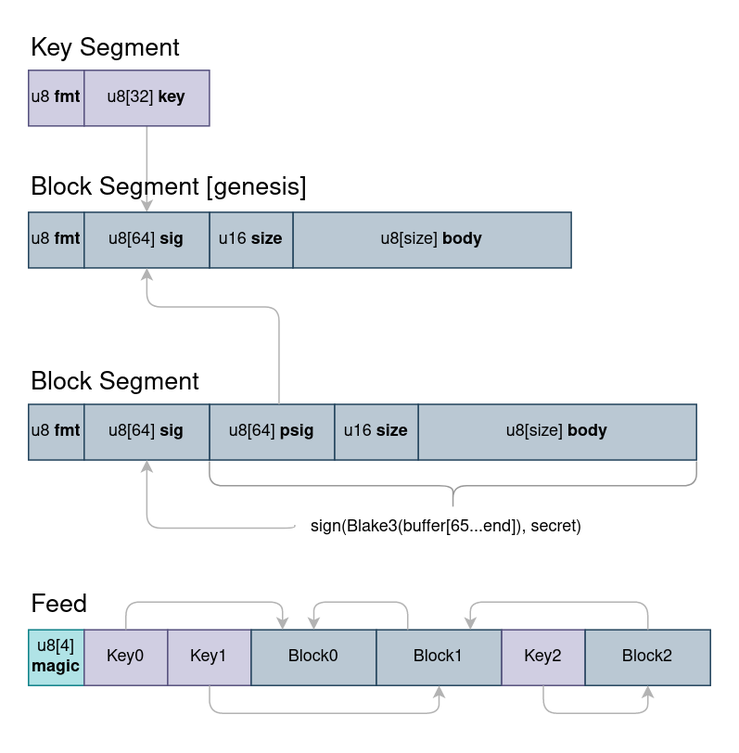
Earlier version of the draw.io export fig/pop-02.png (telamon/pops). Source tidied: cells renumbered, new cells last; positions are measured from the earlier drawing's top-left corner, leaving out a move shared by most shapes.
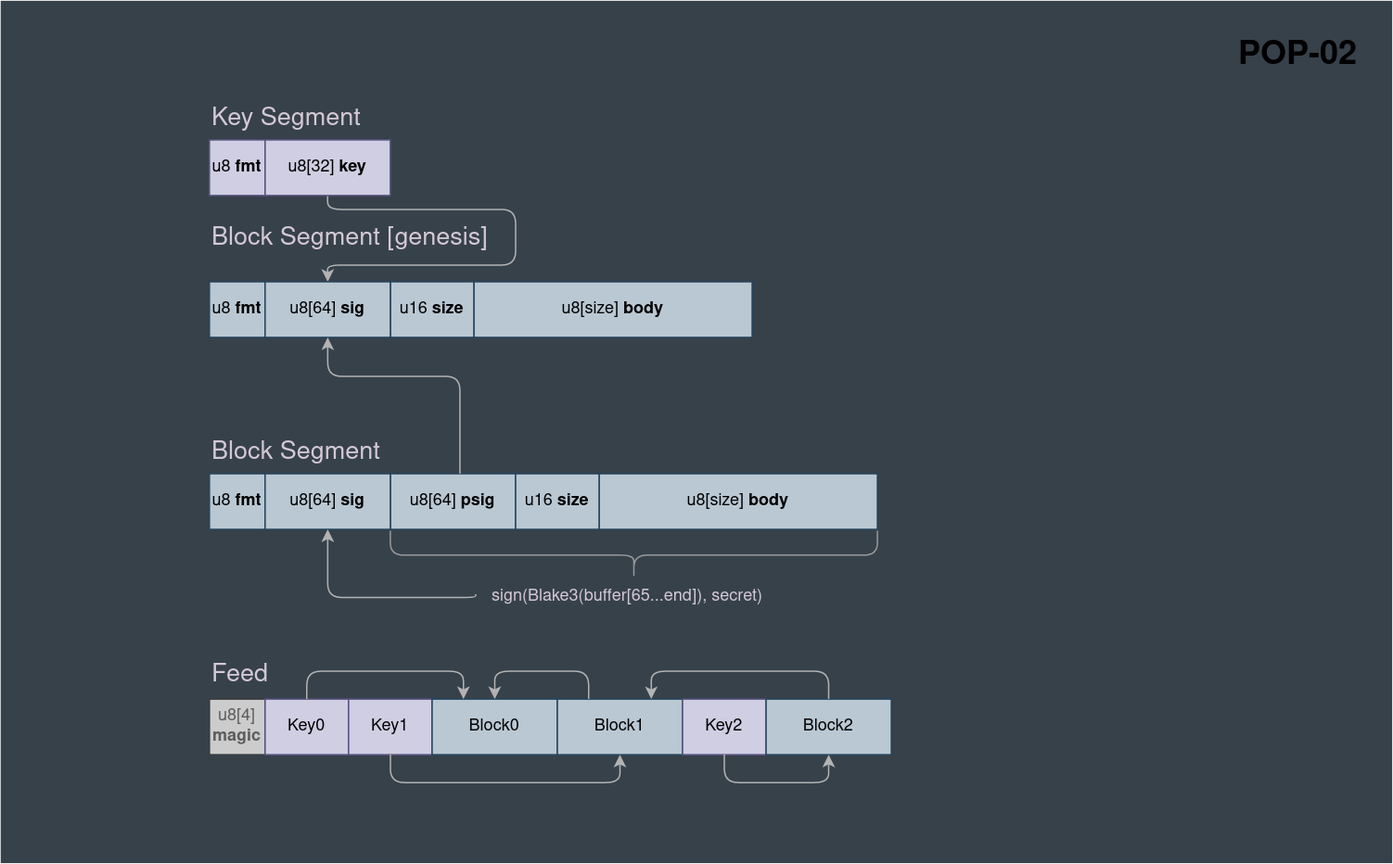
Later version of the same file.

Commit message:
Added purpose to pop-02

What changed in the source:
```diff
@@ -2,8 +2,18 @@
   <root>
     <mxCell id="0" />
     <mxCell id="1" parent="0" />
+    <mxCell id="34" style="rounded=0;whiteSpace=wrap;html=1;fillColor=#37414A;strokeColor=none;" parent="1" vertex="1">
+      <mxGeometry x="-150" y="-70" width="1000" height="620" as="geometry" />
+    </mxCell>
     <mxCell id="2" style="edgeStyle=orthogonalEdgeStyle;jettySize=auto;html=1;exitX=0.5;exitY=1;exitDx=0;exitDy=0;labelBackgroundColor=none;fontColor=#B3B3B3;strokeColor=#B3B3B3;rounded=1;entryX=0.5;entryY=0;entryDx=0;entryDy=0;" parent="1" edge="1" source="11" target="9">
-      <mxGeometry relative="1" as="geometry" />
+      <mxGeometry relative="1" as="geometry">
+        <Array as="points">
+          <mxPoint x="85" y="80" />
+          <mxPoint x="220" y="80" />
+          <mxPoint x="220" y="120" />
+          <mxPoint x="85" y="120" />
+        </Array>
+      </mxGeometry>
     </mxCell>
     <mxCell id="3" value="u8 &lt;b&gt;fmt&lt;/b&gt;" style="rounded=0;whiteSpace=wrap;html=1;fillColor=#bac8d3;strokeColor=#23445d;" parent="1" vertex="1">
       <mxGeometry y="270" width="40" height="40" as="geometry" />
@@ -32,7 +42,7 @@
     <mxCell id="11" value="u8[32] &lt;b&gt;key&lt;/b&gt;" style="rounded=0;whiteSpace=wrap;html=1;fillColor=#d0cee2;strokeColor=#56517e;" parent="1" vertex="1">
       <mxGeometry x="40" y="30" width="90" height="40" as="geometry" />
     </mxCell>
-    <mxCell id="12" value="u8[4] &lt;b&gt;magic&lt;/b&gt;" style="rounded=0;whiteSpace=wrap;html=1;fillColor=#b0e3e6;strokeColor=#0e8088;" parent="1" vertex="1">
+    <mxCell id="12" value="u8[4] &lt;b&gt;magic&lt;/b&gt;" style="rounded=0;whiteSpace=wrap;html=1;fillColor=#CCCCCC;strokeColor=#36393d;fontColor=#5C5C5C;" parent="1" vertex="1">
       <mxGeometry y="432" width="40" height="40" as="geometry" />
     </mxCell>
     <mxCell id="13" value="Key0" style="rounded=0;whiteSpace=wrap;html=1;fillColor=#d0cee2;strokeColor=#56517e;" parent="1" vertex="1">
@@ -59,11 +69,11 @@
     <mxCell id="20" value="Block2" style="rounded=0;whiteSpace=wrap;html=1;fillColor=#bac8d3;strokeColor=#23445d;" parent="1" vertex="1">
       <mxGeometry x="400" y="432" width="90" height="40" as="geometry" />
     </mxCell>
-    <mxCell id="21" value="Feed" style="text;html=1;strokeColor=none;fillColor=none;align=left;verticalAlign=middle;whiteSpace=wrap;rounded=0;fontSize=18;fontStyle=0;" parent="1" vertex="1">
+    <mxCell id="21" value="Feed" style="text;html=1;strokeColor=none;fillColor=none;align=left;verticalAlign=middle;whiteSpace=wrap;rounded=0;fontSize=18;fontStyle=0;fontColor=#D4C9D6;" parent="1" vertex="1">
       <mxGeometry y="400" width="130" height="30" as="geometry" />
     </mxCell>
-    <mxCell id="22" value="Block Segment [genesis]" style="text;html=1;strokeColor=none;fillColor=none;align=left;verticalAlign=middle;whiteSpace=wrap;rounded=0;fontSize=18;fontStyle=0;" parent="1" vertex="1">
-      <mxGeometry y="100" width="220" height="30" as="geometry" />
+    <mxCell id="22" value="Block Segment [genesis]" style="text;html=1;strokeColor=none;fillColor=none;align=left;verticalAlign=middle;whiteSpace=wrap;rounded=0;fontSize=18;fontStyle=0;fontColor=#D4C9D6;" parent="1" vertex="1">
+      <mxGeometry y="86" width="220" height="30" as="geometry" />
     </mxCell>
     <mxCell id="23" style="edgeStyle=orthogonalEdgeStyle;jettySize=auto;html=1;exitX=0.75;exitY=1;exitDx=0;exitDy=0;entryX=0.5;entryY=1;entryDx=0;entryDy=0;labelBackgroundColor=none;fontColor=#B3B3B3;strokeColor=#B3B3B3;rounded=1;" parent="1" edge="1" source="24" target="9">
       <mxGeometry relative="1" as="geometry">
@@ -73,10 +83,10 @@
         </Array>
       </mxGeometry>
     </mxCell>
-    <mxCell id="24" value="Block Segment" style="text;html=1;strokeColor=none;fillColor=none;align=left;verticalAlign=middle;whiteSpace=wrap;rounded=0;fontSize=18;fontStyle=0;" parent="1" vertex="1">
+    <mxCell id="24" value="Block Segment" style="text;html=1;strokeColor=none;fillColor=none;align=left;verticalAlign=middle;whiteSpace=wrap;rounded=0;fontSize=18;fontStyle=0;fontColor=#D4C9D6;" parent="1" vertex="1">
       <mxGeometry y="240" width="240" height="30" as="geometry" />
     </mxCell>
-    <mxCell id="25" value="Key Segment" style="text;html=1;strokeColor=none;fillColor=none;align=left;verticalAlign=middle;whiteSpace=wrap;rounded=0;fontSize=18;fontStyle=0;" parent="1" vertex="1">
+    <mxCell id="25" value="Key Segment" style="text;html=1;strokeColor=none;fillColor=none;align=left;verticalAlign=middle;whiteSpace=wrap;rounded=0;fontSize=18;fontStyle=0;fontColor=#D4C9D6;" parent="1" vertex="1">
       <mxGeometry width="220" height="30" as="geometry" />
     </mxCell>
     <mxCell id="26" style="edgeStyle=orthogonalEdgeStyle;jettySize=auto;html=1;exitX=0.5;exitY=0;exitDx=0;exitDy=0;entryX=0.75;entryY=0;entryDx=0;entryDy=0;labelBackgroundColor=none;fontColor=#B3B3B3;strokeColor=#B3B3B3;rounded=1;" parent="1" edge="1" source="20" target="18">
@@ -97,7 +107,7 @@
     <mxCell id="31" style="shape=curlyBracket;whiteSpace=wrap;html=1;rounded=1;flipH=1;labelPosition=right;verticalLabelPosition=middle;align=left;verticalAlign=middle;rotation=90;strokeColor=#999999;" parent="1" vertex="1">
       <mxGeometry x="287.5" y="153.5" width="35" height="350" as="geometry" />
     </mxCell>
-    <mxCell id="32" value="sign(Blake3(buffer[65...end]), secret)" style="text;html=1;align=center;verticalAlign=middle;points=[];strokeColor=none;fillColor=none;" parent="1" vertex="1">
+    <mxCell id="32" value="sign(Blake3(buffer[65...end]), secret)" style="text;html=1;align=center;verticalAlign=middle;points=[];strokeColor=none;fillColor=none;fontColor=#D4C9D6;" parent="1" vertex="1">
       <mxGeometry x="190" y="344" width="220" height="30" as="geometry" />
     </mxCell>
     <mxCell id="33" style="edgeStyle=orthogonalEdgeStyle;jettySize=auto;html=1;entryX=0.5;entryY=1;entryDx=0;entryDy=0;labelBackgroundColor=none;fontColor=#B3B3B3;strokeColor=#B3B3B3;rounded=1;exitX=0.006;exitY=0.421;exitDx=0;exitDy=0;exitPerimeter=0;" parent="1" edge="1" source="32" target="5">
@@ -108,5 +118,8 @@
         </Array>
       </mxGeometry>
     </mxCell>
+    <mxCell id="35" value="&lt;h1 align=&quot;right&quot;&gt;POP-02&lt;/h1&gt;" style="text;html=1;strokeColor=none;fillColor=none;spacing=5;spacingTop=-20;whiteSpace=wrap;overflow=hidden;rounded=0;align=right;" parent="1" vertex="1">
+      <mxGeometry x="640" y="-50" width="190" height="120" as="geometry" />
+    </mxCell>
   </root>
 </mxGraphModel>
```
